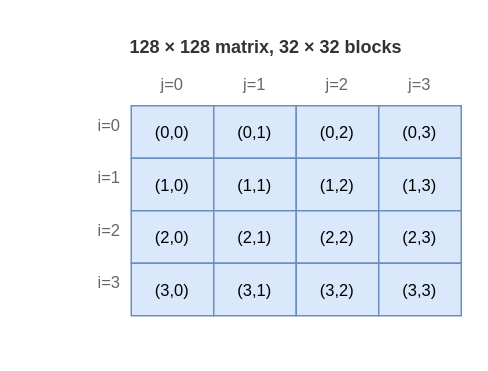
Above: images/basics-puzzle4.drawio in vorushin/pallas_puzzles (draw.io), before the change. Source tidied: cells renumbered, new cells numbered last; positions are measured from the earlier drawing's top-left corner, leaving out a move shared by most shapes. Both pictures are drawn from the tidied source at 150%, with x=0, y=0 at pixel (48, 26).
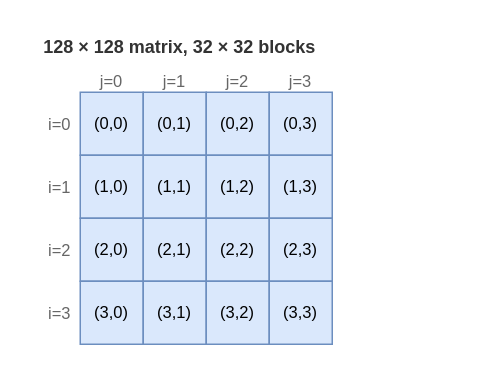
The same page after the edit.

Commit message (it also covers changes not shown here):
basics diagrams: redesign Puzzles 4, 5, 10 with proportional tiles

What changed in the source:
```diff
@@
-    <mxCell id="2" value="128 &amp;times; 128 matrix, 32 &amp;times; 32 blocks" style="text;whiteSpace=wrap;fontSize=12;fontStyle=1;fontColor=#333333;align=center;html=1;" parent="1" vertex="1">
-      <mxGeometry x="15" width="260" height="22" as="geometry" />
+    <mxCell id="2" value="128 &amp;times; 128 matrix, 32 &amp;times; 32 blocks" style="text;fontSize=12;fontStyle=1;fontColor=#333333;align=center;html=1;" parent="1" vertex="1">
+      <mxGeometry x="-15" width="204" height="20" as="geometry" />
     </mxCell>
-    <mxCell id="3" value="j=0" style="text;whiteSpace=wrap;fontSize=11;fontColor=#666666;align=center;" parent="1" vertex="1">
-      <mxGeometry x="55" y="26" width="55" height="22" as="geometry" />
+    <mxCell id="3" value="j=0" style="text;fontSize=11;fontColor=#666666;align=center;" parent="1" vertex="1">
+      <mxGeometry x="21" y="24" width="42" height="16" as="geometry" />
     </mxCell>
-    <mxCell id="4" value="j=1" style="text;whiteSpace=wrap;fontSize=11;fontColor=#666666;align=center;" parent="1" vertex="1">
-      <mxGeometry x="110" y="26" width="55" height="22" as="geometry" />
+    <mxCell id="4" value="j=1" style="text;fontSize=11;fontColor=#666666;align=center;" parent="1" vertex="1">
+      <mxGeometry x="63" y="24" width="42" height="16" as="geometry" />
     </mxCell>
-    <mxCell id="5" value="j=2" style="text;whiteSpace=wrap;fontSize=11;fontColor=#666666;align=center;" parent="1" vertex="1">
-      <mxGeometry x="165" y="26" width="55" height="22" as="geometry" />
+    <mxCell id="5" value="j=2" style="text;fontSize=11;fontColor=#666666;align=center;" parent="1" vertex="1">
+      <mxGeometry x="105" y="24" width="42" height="16" as="geometry" />
     </mxCell>
-    <mxCell id="6" value="j=3" style="text;whiteSpace=wrap;fontSize=11;fontColor=#666666;align=center;" parent="1" vertex="1">
-      <mxGeometry x="220" y="26" width="55" height="22" as="geometry" />
+    <mxCell id="6" value="j=3" style="text;fontSize=11;fontColor=#666666;align=center;" parent="1" vertex="1">
+      <mxGeometry x="147" y="24" width="42" height="16" as="geometry" />
     </mxCell>
-    <mxCell id="7" value="i=0" style="text;whiteSpace=wrap;fontSize=11;fontColor=#666666;align=right;" parent="1" vertex="1">
-      <mxGeometry y="53" width="50" height="35" as="geometry" />
+    <mxCell id="7" value="i=0" style="text;fontSize=11;fontColor=#666666;align=right;verticalAlign=middle;" parent="1" vertex="1">
+      <mxGeometry x="-15" y="44" width="32" height="42" as="geometry" />
     </mxCell>
-    <mxCell id="8" value="i=1" style="text;whiteSpace=wrap;fontSize=11;fontColor=#666666;align=right;" parent="1" vertex="1">
-      <mxGeometry y="88" width="50" height="35" as="geometry" />
+    <mxCell id="8" value="i=1" style="text;fontSize=11;fontColor=#666666;align=right;verticalAlign=middle;" parent="1" vertex="1">
+      <mxGeometry x="-15" y="86" width="32" height="42" as="geometry" />
     </mxCell>
-    <mxCell id="9" value="i=2" style="text;whiteSpace=wrap;fontSize=11;fontColor=#666666;align=right;" parent="1" vertex="1">
-      <mxGeometry y="123" width="50" height="35" as="geometry" />
+    <mxCell id="9" value="i=2" style="text;fontSize=11;fontColor=#666666;align=right;verticalAlign=middle;" parent="1" vertex="1">
+      <mxGeometry x="-15" y="128" width="32" height="42" as="geometry" />
     </mxCell>
-    <mxCell id="10" value="i=3" style="text;whiteSpace=wrap;fontSize=11;fontColor=#666666;align=right;" parent="1" vertex="1">
-      <mxGeometry y="158" width="50" height="35" as="geometry" />
+    <mxCell id="10" value="i=3" style="text;fontSize=11;fontColor=#666666;align=right;verticalAlign=middle;" parent="1" vertex="1">
+      <mxGeometry x="-15" y="170" width="32" height="42" as="geometry" />
     </mxCell>
     <mxCell id="11" value="(0,0)" style="rounded=0;whiteSpace=wrap;fillColor=#dae8fc;strokeColor=#6c8ebf;fontSize=11;" parent="1" vertex="1">
-      <mxGeometry x="55" y="53" width="55" height="35" as="geometry" />
+      <mxGeometry x="21" y="44" width="42" height="42" as="geometry" />
     </mxCell>
     <mxCell id="12" value="(0,1)" style="rounded=0;whiteSpace=wrap;fillColor=#dae8fc;strokeColor=#6c8ebf;fontSize=11;" parent="1" vertex="1">
-      <mxGeometry x="110" y="53" width="55" height="35" as="geometry" />
+      <mxGeometry x="63" y="44" width="42" height="42" as="geometry" />
     </mxCell>
     <mxCell id="13" value="(0,2)" style="rounded=0;whiteSpace=wrap;fillColor=#dae8fc;strokeColor=#6c8ebf;fontSize=11;" parent="1" vertex="1">
-      <mxGeometry x="165" y="53" width="55" height="35" as="geometry" />
+      <mxGeometry x="105" y="44" width="42" height="42" as="geometry" />
     </mxCell>
     <mxCell id="14" value="(0,3)" style="rounded=0;whiteSpace=wrap;fillColor=#dae8fc;strokeColor=#6c8ebf;fontSize=11;" parent="1" vertex="1">
-      <mxGeometry x="220" y="53" width="55" height="35" as="geometry" />
+      <mxGeometry x="147" y="44" width="42" height="42" as="geometry" />
     </mxCell>
     <mxCell id="15" value="(1,0)" style="rounded=0;whiteSpace=wrap;fillColor=#dae8fc;strokeColor=#6c8ebf;fontSize=11;" parent="1" vertex="1">
-      <mxGeometry x="55" y="88" width="55" height="35" as="geometry" />
+      <mxGeometry x="21" y="86" width="42" height="42" as="geometry" />
     </mxCell>
     <mxCell id="16" value="(1,1)" style="rounded=0;whiteSpace=wrap;fillColor=#dae8fc;strokeColor=#6c8ebf;fontSize=11;" parent="1" vertex="1">
-      <mxGeometry x="110" y="88" width="55" height="35" as="geometry" />
+      <mxGeometry x="63" y="86" width="42" height="42" as="geometry" />
     </mxCell>
     <mxCell id="17" value="(1,2)" style="rounded=0;whiteSpace=wrap;fillColor=#dae8fc;strokeColor=#6c8ebf;fontSize=11;" parent="1" vertex="1">
-      <mxGeometry x="165" y="88" width="55" height="35" as="geometry" />
+      <mxGeometry x="105" y="86" width="42" height="42" as="geometry" />
     </mxCell>
     <mxCell id="18" value="(1,3)" style="rounded=0;whiteSpace=wrap;fillColor=#dae8fc;strokeColor=#6c8ebf;fontSize=11;" parent="1" vertex="1">
-      <mxGeometry x="220" y="88" width="55" height="35" as="geometry" />
+      <mxGeometry x="147" y="86" width="42" height="42" as="geometry" />
     </mxCell>
     <mxCell id="19" value="(2,0)" style="rounded=0;whiteSpace=wrap;fillColor=#dae8fc;strokeColor=#6c8ebf;fontSize=11;" parent="1" vertex="1">
-      <mxGeometry x="55" y="123" width="55" height="35" as="geometry" />
+      <mxGeometry x="21" y="128" width="42" height="42" as="geometry" />
     </mxCell>
     <mxCell id="20" value="(2,1)" style="rounded=0;whiteSpace=wrap;fillColor=#dae8fc;strokeColor=#6c8ebf;fontSize=11;" parent="1" vertex="1">
-      <mxGeometry x="110" y="123" width="55" height="35" as="geometry" />
+      <mxGeometry x="63" y="128" width="42" height="42" as="geometry" />
     </mxCell>
     <mxCell id="21" value="(2,2)" style="rounded=0;whiteSpace=wrap;fillColor=#dae8fc;strokeColor=#6c8ebf;fontSize=11;" parent="1" vertex="1">
-      <mxGeometry x="165" y="123" width="55" height="35" as="geometry" />
+      <mxGeometry x="105" y="128" width="42" height="42" as="geometry" />
     </mxCell>
     <mxCell id="22" value="(2,3)" style="rounded=0;whiteSpace=wrap;fillColor=#dae8fc;strokeColor=#6c8ebf;fontSize=11;" parent="1" vertex="1">
-      <mxGeometry x="220" y="123" width="55" height="35" as="geometry" />
+      <mxGeometry x="147" y="128" width="42" height="42" as="geometry" />
     </mxCell>
     <mxCell id="23" value="(3,0)" style="rounded=0;whiteSpace=wrap;fillColor=#dae8fc;strokeColor=#6c8ebf;fontSize=11;" parent="1" vertex="1">
-      <mxGeometry x="55" y="158" width="55" height="35" as="geometry" />
+      <mxGeometry x="21" y="170" width="42" height="42" as="geometry" />
     </mxCell>
     <mxCell id="24" value="(3,1)" style="rounded=0;whiteSpace=wrap;fillColor=#dae8fc;strokeColor=#6c8ebf;fontSize=11;" parent="1" vertex="1">
-      <mxGeometry x="110" y="158" width="55" height="35" as="geometry" />
+      <mxGeometry x="63" y="170" width="42" height="42" as="geometry" />
     </mxCell>
     <mxCell id="25" value="(3,2)" style="rounded=0;whiteSpace=wrap;fillColor=#dae8fc;strokeColor=#6c8ebf;fontSize=11;" parent="1" vertex="1">
-      <mxGeometry x="165" y="158" width="55" height="35" as="geometry" />
+      <mxGeometry x="105" y="170" width="42" height="42" as="geometry" />
     </mxCell>
     <mxCell id="26" value="(3,3)" style="rounded=0;whiteSpace=wrap;fillColor=#dae8fc;strokeColor=#6c8ebf;fontSize=11;" parent="1" vertex="1">
-      <mxGeometry x="220" y="158" width="55" height="35" as="geometry" />
+      <mxGeometry x="147" y="170" width="42" height="42" as="geometry" />
     </mxCell>
```
